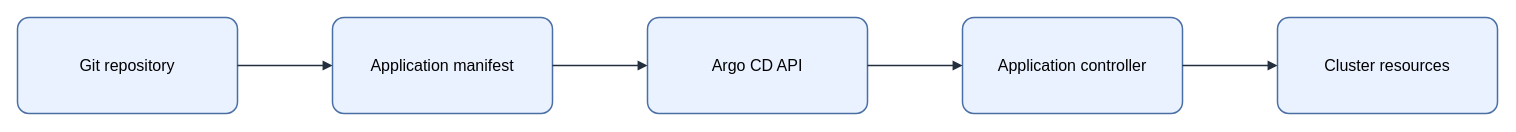
The draw.io diagram assets/img/ci-cd/argocd-declarative-application.drawio in KKamJi98/kkamji98.github.io, before the edit. Source tidied: cells renumbered, new cells numbered last; positions are measured from the earlier drawing's top-left corner, leaving out a move shared by most shapes. Both pictures are drawn from the tidied source at 100%, with x=0, y=0 at pixel (17, 17).
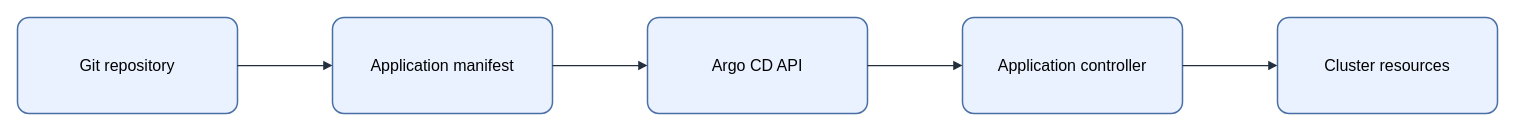
After the change.

What changed in the source:
```diff
@@
 <mxGraphModel background="#FFFFFF">
   <root>
     <mxCell id="0" />
     <mxCell id="1" parent="0" />
-    <mxCell id="2" value="&lt;font style=&quot;color: rgb(0, 0, 0);&quot;&gt;Git repository&lt;/font&gt;" style="rounded=1;arcSize=12;whiteSpace=wrap;html=1;fillColor=#EAF2FF;strokeColor=#4A6FA5;strokeWidth=1.5;fontColor=#000000;fontSize=16;align=center;verticalAlign=middle;spacing=8;shadow=0;" parent="1" vertex="1">
+    <mxCell id="2" value="Git repository" style="rounded=1;arcSize=12;whiteSpace=wrap;html=0;fillColor=#EAF2FF;strokeColor=#4A6FA5;strokeWidth=1.5;fontColor=#000000;fontSize=16;align=center;verticalAlign=middle;spacing=8;shadow=0;" parent="1" vertex="1">
       <mxGeometry width="220" height="96" as="geometry" />
     </mxCell>
-    <mxCell id="3" value="&lt;font style=&quot;color: rgb(0, 0, 0);&quot;&gt;Application manifest&lt;/font&gt;" style="rounded=1;arcSize=12;whiteSpace=wrap;html=1;fillColor=#EAF2FF;strokeColor=#4A6FA5;strokeWidth=1.5;fontColor=#000000;fontSize=16;align=center;verticalAlign=middle;spacing=8;shadow=0;" parent="1" vertex="1">
+    <mxCell id="3" value="Application manifest" style="rounded=1;arcSize=12;whiteSpace=wrap;html=0;fillColor=#EAF2FF;strokeColor=#4A6FA5;strokeWidth=1.5;fontColor=#000000;fontSize=16;align=center;verticalAlign=middle;spacing=8;shadow=0;" parent="1" vertex="1">
       <mxGeometry x="315" width="220" height="96" as="geometry" />
     </mxCell>
-    <mxCell id="4" value="&lt;font style=&quot;color: rgb(0, 0, 0);&quot;&gt;Argo CD API&lt;/font&gt;" style="rounded=1;arcSize=12;whiteSpace=wrap;html=1;fillColor=#EAF2FF;strokeColor=#4A6FA5;strokeWidth=1.5;fontColor=#000000;fontSize=16;align=center;verticalAlign=middle;spacing=8;shadow=0;" parent="1" vertex="1">
+    <mxCell id="4" value="Argo CD API" style="rounded=1;arcSize=12;whiteSpace=wrap;html=0;fillColor=#EAF2FF;strokeColor=#4A6FA5;strokeWidth=1.5;fontColor=#000000;fontSize=16;align=center;verticalAlign=middle;spacing=8;shadow=0;" parent="1" vertex="1">
       <mxGeometry x="630" width="220" height="96" as="geometry" />
     </mxCell>
-    <mxCell id="5" value="&lt;font style=&quot;color: rgb(0, 0, 0);&quot;&gt;Application controller&lt;/font&gt;" style="rounded=1;arcSize=12;whiteSpace=wrap;html=1;fillColor=#EAF2FF;strokeColor=#4A6FA5;strokeWidth=1.5;fontColor=#000000;fontSize=16;align=center;verticalAlign=middle;spacing=8;shadow=0;" parent="1" vertex="1">
+    <mxCell id="5" value="Application controller" style="rounded=1;arcSize=12;whiteSpace=wrap;html=0;fillColor=#EAF2FF;strokeColor=#4A6FA5;strokeWidth=1.5;fontColor=#000000;fontSize=16;align=center;verticalAlign=middle;spacing=8;shadow=0;" parent="1" vertex="1">
       <mxGeometry x="945" width="220" height="96" as="geometry" />
     </mxCell>
-    <mxCell id="6" value="&lt;font style=&quot;color: rgb(0, 0, 0);&quot;&gt;Cluster resources&lt;/font&gt;" style="rounded=1;arcSize=12;whiteSpace=wrap;html=1;fillColor=#EAF2FF;strokeColor=#4A6FA5;strokeWidth=1.5;fontColor=#000000;fontSize=16;align=center;verticalAlign=middle;spacing=8;shadow=0;" parent="1" vertex="1">
+    <mxCell id="6" value="Cluster resources" style="rounded=1;arcSize=12;whiteSpace=wrap;html=0;fillColor=#EAF2FF;strokeColor=#4A6FA5;strokeWidth=1.5;fontColor=#000000;fontSize=16;align=center;verticalAlign=middle;spacing=8;shadow=0;" parent="1" vertex="1">
       <mxGeometry x="1260" width="220" height="96" as="geometry" />
     </mxCell>
-    <mxCell id="7" style="edgeStyle=orthogonalEdgeStyle;rounded=0;jettySize=auto;html=1;endArrow=block;endFill=1;strokeColor=#232F3E;strokeWidth=1.5;fontColor=#000000;labelBackgroundColor=none;exitX=1;exitY=0.5;exitDx=0;exitDy=0;entryX=0;entryY=0.5;entryDx=0;entryDy=0;" parent="1" edge="1" source="2" target="3">
+    <mxCell id="7" style="edgeStyle=orthogonalEdgeStyle;rounded=0;jettySize=auto;html=0;endArrow=block;endFill=1;strokeColor=#232F3E;strokeWidth=1.25;fontColor=#000000;labelBackgroundColor=none;exitX=1;exitY=0.5;exitDx=0;exitDy=0;entryX=0;entryY=0.5;entryDx=0;entryDy=0;" parent="1" edge="1" source="2" target="3">
       <mxGeometry relative="1" as="geometry" />
     </mxCell>
-    <mxCell id="8" style="edgeStyle=orthogonalEdgeStyle;rounded=0;jettySize=auto;html=1;endArrow=block;endFill=1;strokeColor=#232F3E;strokeWidth=1.5;fontColor=#000000;labelBackgroundColor=none;exitX=1;exitY=0.5;exitDx=0;exitDy=0;entryX=0;entryY=0.5;entryDx=0;entryDy=0;" parent="1" edge="1" source="3" target="4">
+    <mxCell id="8" style="edgeStyle=orthogonalEdgeStyle;rounded=0;jettySize=auto;html=0;endArrow=block;endFill=1;strokeColor=#232F3E;strokeWidth=1.25;fontColor=#000000;labelBackgroundColor=none;exitX=1;exitY=0.5;exitDx=0;exitDy=0;entryX=0;entryY=0.5;entryDx=0;entryDy=0;" parent="1" edge="1" source="3" target="4">
       <mxGeometry relative="1" as="geometry" />
     </mxCell>
-    <mxCell id="9" style="edgeStyle=orthogonalEdgeStyle;rounded=0;jettySize=auto;html=1;endArrow=block;endFill=1;strokeColor=#232F3E;strokeWidth=1.5;fontColor=#000000;labelBackgroundColor=none;exitX=1;exitY=0.5;exitDx=0;exitDy=0;entryX=0;entryY=0.5;entryDx=0;entryDy=0;" parent="1" edge="1" source="4" target="5">
+    <mxCell id="9" style="edgeStyle=orthogonalEdgeStyle;rounded=0;jettySize=auto;html=0;endArrow=block;endFill=1;strokeColor=#232F3E;strokeWidth=1.25;fontColor=#000000;labelBackgroundColor=none;exitX=1;exitY=0.5;exitDx=0;exitDy=0;entryX=0;entryY=0.5;entryDx=0;entryDy=0;" parent="1" edge="1" source="4" target="5">
       <mxGeometry relative="1" as="geometry" />
     </mxCell>
-    <mxCell id="10" style="edgeStyle=orthogonalEdgeStyle;rounded=0;jettySize=auto;html=1;endArrow=block;endFill=1;strokeColor=#232F3E;strokeWidth=1.5;fontColor=#000000;labelBackgroundColor=none;exitX=1;exitY=0.5;exitDx=0;exitDy=0;entryX=0;entryY=0.5;entryDx=0;entryDy=0;" parent="1" edge="1" source="5" target="6">
+    <mxCell id="10" style="edgeStyle=orthogonalEdgeStyle;rounded=0;jettySize=auto;html=0;endArrow=block;endFill=1;strokeColor=#232F3E;strokeWidth=1.25;fontColor=#000000;labelBackgroundColor=none;exitX=1;exitY=0.5;exitDx=0;exitDy=0;entryX=0;entryY=0.5;entryDx=0;entryDy=0;" parent="1" edge="1" source="5" target="6">
       <mxGeometry relative="1" as="geometry" />
     </mxCell>
   </root>
 </mxGraphModel>
```
